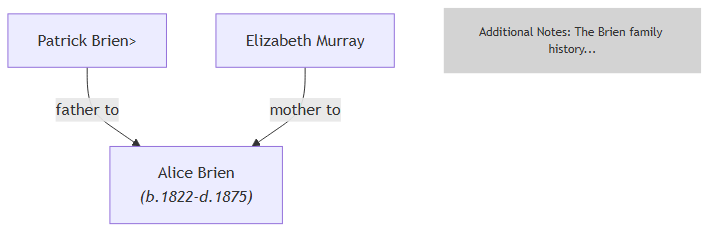
This is MakeMermaidTree/obrien.png from gsmitheidw/GenealogyTools, a Mermaid export, as it was before one commit. Its source is kept beside it as MakeMermaidTree/obrien.mmd. The source it was exported from:
```mermaid
flowchart TD
    p["Patrick Brien>"]
    e["Elizabeth Murray"]
    A["Alice Brien<br>*(b.1822-d.1875)*"]

    p -- father to --> A
    e -- mother to --> A


    text["Additional Notes: The Brien family history..."]
    style text fill:#d3d3d3, stroke:none, font-size:12px
```
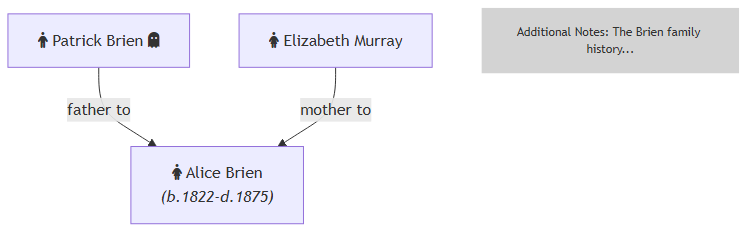
The same diagram one commit later.

The edit, as a diff of the source:
```diff
@@ -1,7 +1,7 @@
 flowchart TD
-    p["Patrick Brien>"]
-    e["Elizabeth Murray"]
-    A["Alice Brien<br>*(b.1822-d.1875)*"]
+    p["fa:fa-person Patrick Brien"]
+    e["fa:fa-person-dress Elizabeth Murray"]
+    A["fa:fa-person-dress Alice Brien<br>*(b.1822-d.1875)*"]
 
     p -- father to --> A
     e -- mother to --> A
```
